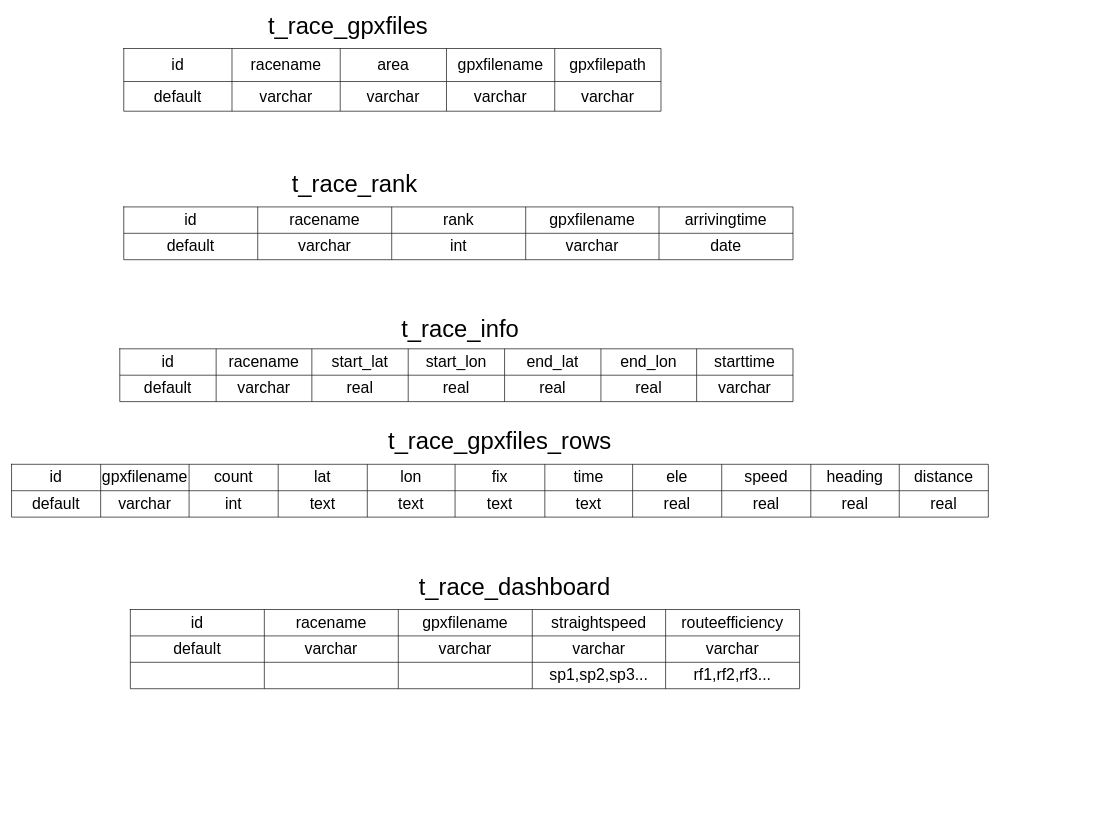
This is 比賽儀表盤資料庫設計.drawio from pengzhen80/PigeonRace, a draw.io file, before an edit. Source tidied: cells renumbered, new cells numbered last; positions are measured from the earlier drawing's top-left corner, leaving out a move shared by most shapes. Both pictures are drawn from the tidied source at 66%, with x=0, y=0 at pixel (11, 15).
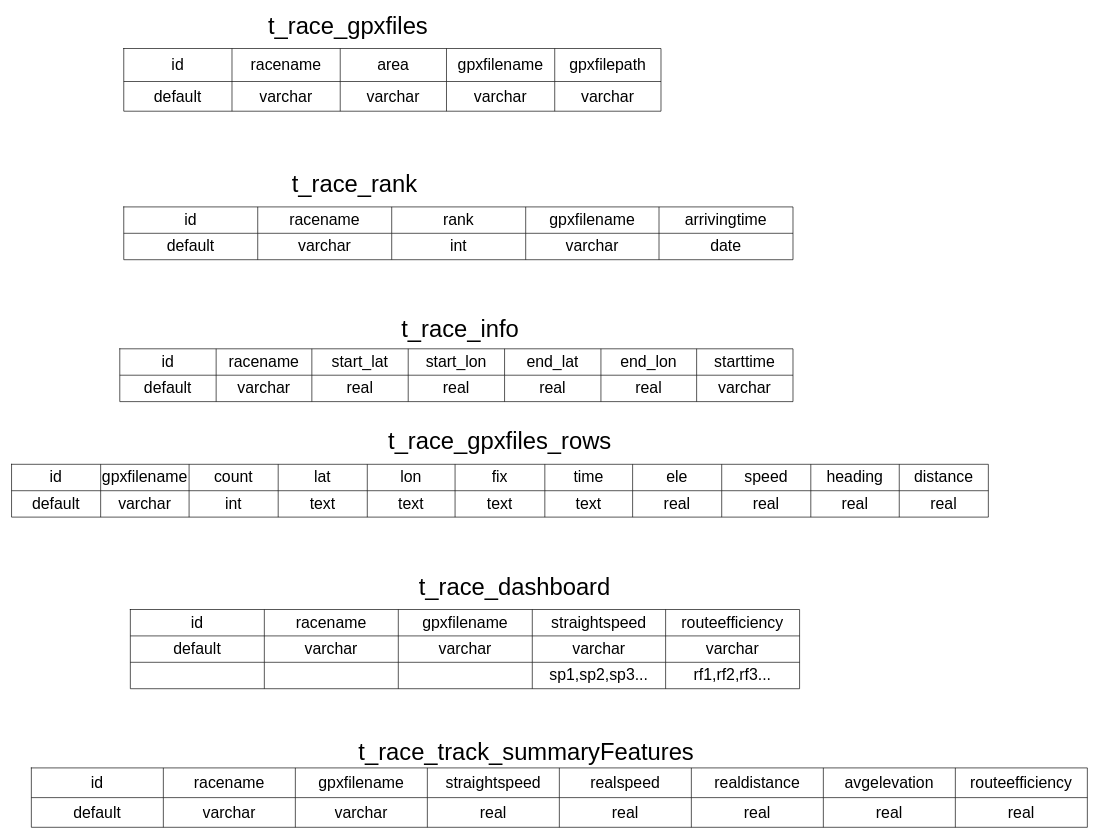
After the change.

Commit message:
更新比賽儀表盤資料庫設計.drawio

The edit, as a diff of the source:
```diff
@@
+    <mxCell id="94" style="shape=table;startSize=0;childLayout=tableLayout;" parent="1" vertex="1">
+      <mxGeometry x="30" y="1140" width="1600" height="90" as="geometry" />
+    </mxCell>
+    <mxCell id="95" style="shape=tableRow;horizontal=0;startSize=0;swimlaneHead=0;swimlaneBody=0;top=0;left=0;bottom=0;right=0;fillColor=none;" parent="94" vertex="1">
+      <mxGeometry width="1600" height="45" as="geometry" />
+    </mxCell>
+    <mxCell id="96" value="&lt;span style=&quot;font-size: 24px;&quot;&gt;id&lt;/span&gt;" style="shape=partialRectangle;html=1;whiteSpace=wrap;overflow=hidden;fillColor=none;top=0;left=0;bottom=0;right=0;" parent="95" vertex="1">
+      <mxGeometry width="200" height="45" as="geometry" />
+    </mxCell>
+    <mxCell id="97" value="&lt;span style=&quot;font-size: 24px;&quot;&gt;racename&lt;/span&gt;" style="shape=partialRectangle;html=1;whiteSpace=wrap;overflow=hidden;fillColor=none;top=0;left=0;bottom=0;right=0;" parent="95" vertex="1">
+      <mxGeometry x="200" width="200" height="45" as="geometry" />
+    </mxCell>
+    <mxCell id="98" value="&lt;span style=&quot;font-size: 24px;&quot;&gt;gpxfilename&lt;/span&gt;" style="shape=partialRectangle;html=1;whiteSpace=wrap;overflow=hidden;fillColor=none;top=0;left=0;bottom=0;right=0;" parent="95" vertex="1">
+      <mxGeometry x="400" width="200" height="45" as="geometry" />
+    </mxCell>
+    <mxCell id="99" value="&lt;span style=&quot;font-size: 24px;&quot;&gt;straightspeed&lt;/span&gt;" style="shape=partialRectangle;html=1;whiteSpace=wrap;overflow=hidden;fillColor=none;top=0;left=0;bottom=0;right=0;" parent="95" vertex="1">
+      <mxGeometry x="600" width="200" height="45" as="geometry" />
+    </mxCell>
+    <mxCell id="100" value="&lt;span style=&quot;font-size: 24px;&quot;&gt;realspeed&lt;/span&gt;" style="shape=partialRectangle;html=1;whiteSpace=wrap;overflow=hidden;fillColor=none;top=0;left=0;bottom=0;right=0;" parent="95" vertex="1">
+      <mxGeometry x="800" width="200" height="45" as="geometry" />
+    </mxCell>
+    <mxCell id="101" value="&lt;span style=&quot;font-size: 24px;&quot;&gt;realdistance&lt;/span&gt;" style="shape=partialRectangle;html=1;whiteSpace=wrap;overflow=hidden;fillColor=none;top=0;left=0;bottom=0;right=0;" parent="95" vertex="1">
+      <mxGeometry x="1000" width="200" height="45" as="geometry" />
+    </mxCell>
+    <mxCell id="102" value="&lt;font style=&quot;font-size: 24px;&quot;&gt;avgelevation&lt;/font&gt;" style="shape=partialRectangle;html=1;whiteSpace=wrap;overflow=hidden;fillColor=none;top=0;left=0;bottom=0;right=0;" parent="95" vertex="1">
+      <mxGeometry x="1200" width="200" height="45" as="geometry" />
+    </mxCell>
+    <mxCell id="103" value="&lt;span style=&quot;font-size: 24px;&quot;&gt;routeefficiency&lt;/span&gt;" style="shape=partialRectangle;html=1;whiteSpace=wrap;overflow=hidden;fillColor=none;top=0;left=0;bottom=0;right=0;" parent="95" vertex="1">
+      <mxGeometry x="1400" width="200" height="45" as="geometry" />
+    </mxCell>
+    <mxCell id="104" style="shape=tableRow;horizontal=0;startSize=0;swimlaneHead=0;swimlaneBody=0;top=0;left=0;bottom=0;right=0;fillColor=none;" parent="94" vertex="1">
+      <mxGeometry y="45" width="1600" height="45" as="geometry" />
+    </mxCell>
+    <mxCell id="105" value="&lt;span style=&quot;font-size: 24px;&quot;&gt;default&lt;/span&gt;" style="shape=partialRectangle;html=1;whiteSpace=wrap;overflow=hidden;fillColor=none;top=0;left=0;bottom=0;right=0;" parent="104" vertex="1">
+      <mxGeometry width="200" height="45" as="geometry" />
+    </mxCell>
+    <mxCell id="106" value="&lt;span style=&quot;font-size: 24px;&quot;&gt;varchar&lt;/span&gt;" style="shape=partialRectangle;html=1;whiteSpace=wrap;overflow=hidden;fillColor=none;top=0;left=0;bottom=0;right=0;" parent="104" vertex="1">
+      <mxGeometry x="200" width="200" height="45" as="geometry" />
+    </mxCell>
+    <mxCell id="107" value="&lt;span style=&quot;font-size: 24px;&quot;&gt;varchar&lt;/span&gt;" style="shape=partialRectangle;html=1;whiteSpace=wrap;overflow=hidden;fillColor=none;top=0;left=0;bottom=0;right=0;" parent="104" vertex="1">
+      <mxGeometry x="400" width="200" height="45" as="geometry" />
+    </mxCell>
+    <mxCell id="108" value="&lt;span style=&quot;font-size: 24px;&quot;&gt;real&lt;/span&gt;" style="shape=partialRectangle;html=1;whiteSpace=wrap;overflow=hidden;fillColor=none;top=0;left=0;bottom=0;right=0;" parent="104" vertex="1">
+      <mxGeometry x="600" width="200" height="45" as="geometry" />
+    </mxCell>
+    <mxCell id="109" value="&lt;span style=&quot;font-size: 24px;&quot;&gt;real&lt;/span&gt;" style="shape=partialRectangle;html=1;whiteSpace=wrap;overflow=hidden;fillColor=none;top=0;left=0;bottom=0;right=0;" parent="104" vertex="1">
+      <mxGeometry x="800" width="200" height="45" as="geometry" />
+    </mxCell>
+    <mxCell id="110" value="&lt;span style=&quot;font-size: 24px;&quot;&gt;real&lt;/span&gt;" style="shape=partialRectangle;html=1;whiteSpace=wrap;overflow=hidden;fillColor=none;top=0;left=0;bottom=0;right=0;" parent="104" vertex="1">
+      <mxGeometry x="1000" width="200" height="45" as="geometry" />
+    </mxCell>
+    <mxCell id="111" value="&lt;span style=&quot;font-size: 24px;&quot;&gt;real&lt;/span&gt;" style="shape=partialRectangle;html=1;whiteSpace=wrap;overflow=hidden;fillColor=none;top=0;left=0;bottom=0;right=0;" parent="104" vertex="1">
+      <mxGeometry x="1200" width="200" height="45" as="geometry" />
+    </mxCell>
+    <mxCell id="112" value="&lt;span style=&quot;font-size: 24px;&quot;&gt;real&lt;/span&gt;" style="shape=partialRectangle;html=1;whiteSpace=wrap;overflow=hidden;fillColor=none;top=0;left=0;bottom=0;right=0;" parent="104" vertex="1">
+      <mxGeometry x="1400" width="200" height="45" as="geometry" />
+    </mxCell>
+    <mxCell id="113" value="&lt;font style=&quot;font-size: 36px;&quot;&gt;t_race_track_summaryFeatures&lt;/font&gt;" style="text;html=1;strokeColor=none;fillColor=none;align=center;verticalAlign=middle;whiteSpace=wrap;rounded=0;" parent="1" vertex="1">
+      <mxGeometry x="490" y="1100" width="580" height="30" as="geometry" />
+    </mxCell>
```
